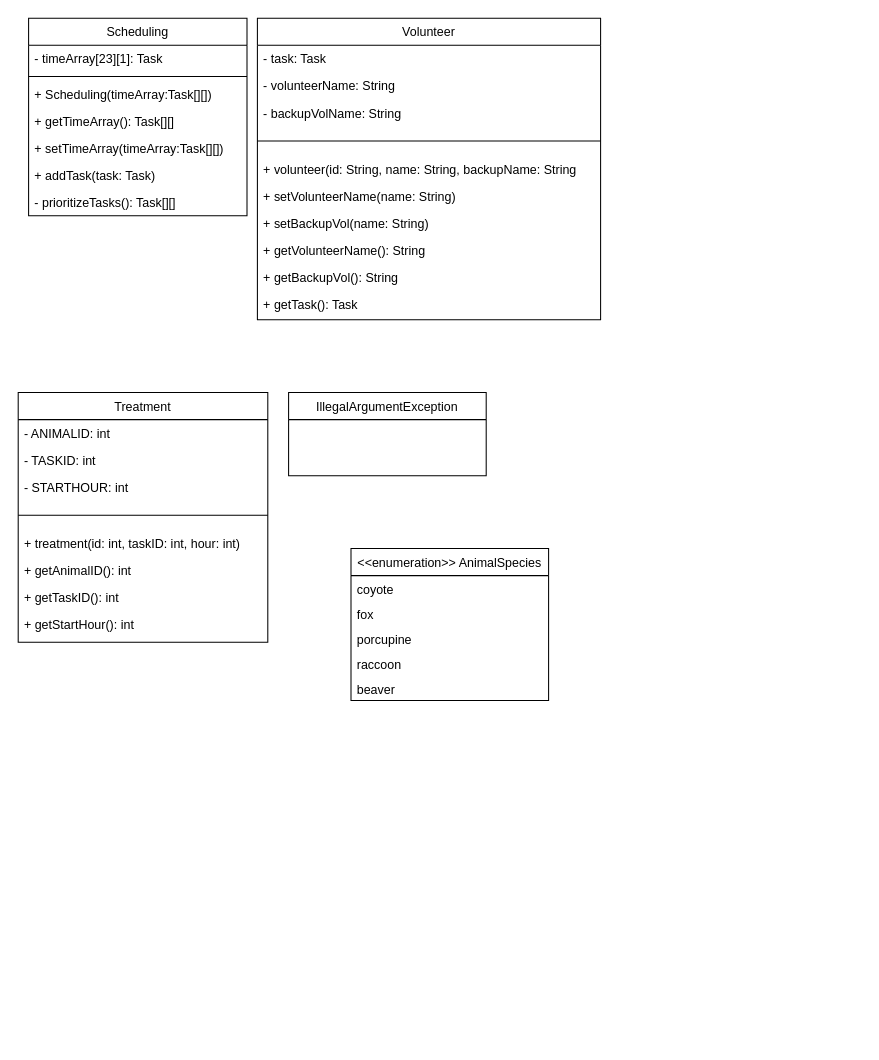
The draw.io diagram Project-UML.drawio in arminsandhu/ZooKeeper-Scheduler, before the edit. Source tidied: cells renumbered, new cells numbered last; positions are measured from the earlier drawing's top-left corner, leaving out a move shared by most shapes. Both pictures are drawn from the tidied source at 104%, with x=0, y=0 at pixel (18, 18).
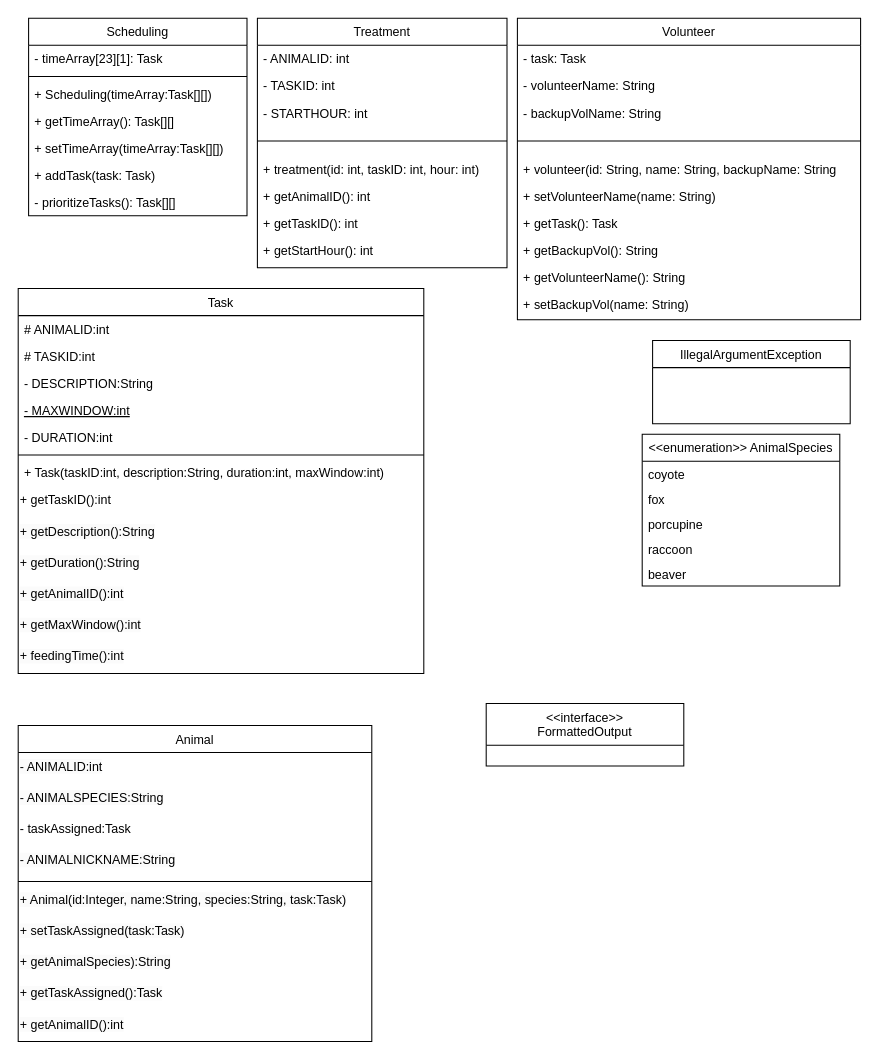
Above is the later version.

Change to the diagram source:
```diff
@@
     <mxCell id="10" value="Volunteer" style="swimlane;fontStyle=0;align=center;verticalAlign=top;horizontal=1;startSize=26;rounded=0;shadow=0;strokeWidth=1;" parent="1" vertex="1">
-      <mxGeometry x="230" width="330" height="290" as="geometry" />
+      <mxGeometry x="480" width="330" height="290" as="geometry" />
     </mxCell>
@@
+    <mxCell id="20" value="+ getTask(): Task" style="text;align=left;verticalAlign=top;spacingLeft=4;spacingRight=4;overflow=hidden;" parent="10" vertex="1">
+      <mxGeometry y="184" width="330" height="26" as="geometry" />
+    </mxCell>
+    <mxCell id="19" value="+ getBackupVol(): String" style="text;align=left;verticalAlign=top;spacingLeft=4;spacingRight=4;overflow=hidden;" parent="10" vertex="1">
+      <mxGeometry y="210" width="330" height="26" as="geometry" />
+    </mxCell>
+    <mxCell id="18" value="+ getVolunteerName(): String" style="text;align=left;verticalAlign=top;spacingLeft=4;spacingRight=4;overflow=hidden;" parent="10" vertex="1">
+      <mxGeometry y="236" width="330" height="26" as="geometry" />
+    </mxCell>
     <mxCell id="17" value="+ setBackupVol(name: String)" style="text;align=left;verticalAlign=top;spacingLeft=4;spacingRight=4;overflow=hidden;" parent="10" vertex="1">
-      <mxGeometry y="184" width="330" height="26" as="geometry" />
+      <mxGeometry y="262" width="330" height="26" as="geometry" />
     </mxCell>
-    <mxCell id="18" value="+ getVolunteerName(): String" style="text;align=left;verticalAlign=top;spacingLeft=4;spacingRight=4;overflow=hidden;" parent="10" vertex="1">
-      <mxGeometry y="210" width="330" height="26" as="geometry" />
-    </mxCell>
-    <mxCell id="19" value="+ getBackupVol(): String" style="text;align=left;verticalAlign=top;spacingLeft=4;spacingRight=4;overflow=hidden;" parent="10" vertex="1">
-      <mxGeometry y="236" width="330" height="26" as="geometry" />
-    </mxCell>
-    <mxCell id="20" value="+ getTask(): Task" style="text;align=left;verticalAlign=top;spacingLeft=4;spacingRight=4;overflow=hidden;" parent="10" vertex="1">
-      <mxGeometry y="262" width="330" height="26" as="geometry" />
-    </mxCell>
     <mxCell id="21" value="Treatment" style="swimlane;fontStyle=0;align=center;verticalAlign=top;horizontal=1;startSize=26;rounded=0;shadow=0;strokeWidth=1;" parent="1" vertex="1">
-      <mxGeometry y="360" width="240" height="240" as="geometry" />
+      <mxGeometry x="230" width="240" height="240" as="geometry" />
     </mxCell>
@@
     <mxCell id="30" value="IllegalArgumentException" style="swimlane;fontStyle=0;align=center;verticalAlign=top;horizontal=1;startSize=26;rounded=0;shadow=0;strokeWidth=1;" parent="1" vertex="1">
-      <mxGeometry x="260" y="360" width="190" height="80" as="geometry" />
+      <mxGeometry x="610" y="310" width="190" height="80" as="geometry" />
     </mxCell>
     <mxCell id="31" value="&lt;&lt;enumeration&gt;&gt; AnimalSpecies" style="swimlane;fontStyle=0;align=center;verticalAlign=top;horizontal=1;startSize=26;rounded=0;shadow=0;strokeWidth=1;" parent="1" vertex="1">
-      <mxGeometry x="320" y="510" width="190" height="146" as="geometry" />
+      <mxGeometry x="600" y="400" width="190" height="146" as="geometry" />
     </mxCell>
@@
+    <mxCell id="37" value="Task" style="swimlane;fontStyle=0;align=center;verticalAlign=top;horizontal=1;startSize=26;rounded=0;shadow=0;strokeWidth=1;" parent="1" vertex="1">
+      <mxGeometry y="260" width="390" height="370" as="geometry" />
+    </mxCell>
+    <mxCell id="38" value="# ANIMALID:int&#10;" style="text;align=left;verticalAlign=top;spacingLeft=4;spacingRight=4;overflow=hidden;" parent="37" vertex="1">
+      <mxGeometry y="26" width="390" height="26" as="geometry" />
+    </mxCell>
+    <mxCell id="39" value="# TASKID:int&#10;" style="text;align=left;verticalAlign=top;spacingLeft=4;spacingRight=4;overflow=hidden;" parent="37" vertex="1">
+      <mxGeometry y="52" width="390" height="26" as="geometry" />
+    </mxCell>
+    <mxCell id="40" value="- DESCRIPTION:String&#10;" style="text;align=left;verticalAlign=top;spacingLeft=4;spacingRight=4;overflow=hidden;" parent="37" vertex="1">
+      <mxGeometry y="78" width="390" height="26" as="geometry" />
+    </mxCell>
+    <mxCell id="41" value="- MAXWINDOW:int&#10;" style="text;align=left;verticalAlign=top;spacingLeft=4;spacingRight=4;overflow=hidden;fontStyle=4;" parent="37" vertex="1">
+      <mxGeometry y="104" width="390" height="26" as="geometry" />
+    </mxCell>
+    <mxCell id="42" value="- DURATION:int&#10;" style="text;align=left;verticalAlign=top;spacingLeft=4;spacingRight=4;overflow=hidden;" parent="37" vertex="1">
+      <mxGeometry y="130" width="390" height="26" as="geometry" />
+    </mxCell>
+    <mxCell id="43" style="line;html=1;strokeWidth=1;align=left;verticalAlign=middle;spacingTop=-1;spacingLeft=3;spacingRight=3;labelPosition=right;" parent="37" vertex="1">
+      <mxGeometry y="156" width="390" height="8" as="geometry" />
+    </mxCell>
+    <mxCell id="44" value="+ Task(taskID:int, description:String, duration:int, maxWindow:int)" style="text;align=left;verticalAlign=top;spacingLeft=4;spacingRight=4;overflow=hidden;" parent="37" vertex="1">
+      <mxGeometry y="164" width="390" height="26" as="geometry" />
+    </mxCell>
+    <mxCell id="45" value="+ getTaskID():int" style="text;whiteSpace=wrap;html=1;" parent="37" vertex="1">
+      <mxGeometry y="190" width="390" height="30" as="geometry" />
+    </mxCell>
+    <mxCell id="46" value="&lt;span style=&quot;color: rgb(0, 0, 0); font-family: Helvetica; font-size: 12px; font-style: normal; font-variant-ligatures: normal; font-variant-caps: normal; font-weight: 400; letter-spacing: normal; orphans: 2; text-align: left; text-indent: 0px; text-transform: none; widows: 2; word-spacing: 0px; -webkit-text-stroke-width: 0px; background-color: rgb(251, 251, 251); text-decoration-thickness: initial; text-decoration-style: initial; text-decoration-color: initial; float: none; display: inline !important;&quot;&gt;+ getDescription():String&lt;/span&gt;&lt;br style=&quot;border-color: var(--border-color); color: rgb(0, 0, 0); font-family: Helvetica; font-size: 12px; font-style: normal; font-variant-ligatures: normal; font-variant-caps: normal; font-weight: 400; letter-spacing: normal; orphans: 2; text-align: left; text-indent: 0px; text-transform: none; widows: 2; word-spacing: 0px; -webkit-text-stroke-width: 0px; background-color: rgb(251, 251, 251); text-decoration-thickness: initial; text-decoration-style: initial; text-decoration-color: initial;&quot;&gt;" style="text;whiteSpace=wrap;html=1;" parent="37" vertex="1">
+      <mxGeometry y="220" width="390" height="30" as="geometry" />
+    </mxCell>
+    <mxCell id="47" value="&lt;span style=&quot;color: rgb(0, 0, 0); font-family: Helvetica; font-size: 12px; font-style: normal; font-variant-ligatures: normal; font-variant-caps: normal; font-weight: 400; letter-spacing: normal; orphans: 2; text-align: left; text-indent: 0px; text-transform: none; widows: 2; word-spacing: 0px; -webkit-text-stroke-width: 0px; background-color: rgb(251, 251, 251); text-decoration-thickness: initial; text-decoration-style: initial; text-decoration-color: initial; float: none; display: inline !important;&quot;&gt;+ getDuration():String&lt;/span&gt;&lt;br style=&quot;border-color: var(--border-color); color: rgb(0, 0, 0); font-family: Helvetica; font-size: 12px; font-style: normal; font-variant-ligatures: normal; font-variant-caps: normal; font-weight: 400; letter-spacing: normal; orphans: 2; text-align: left; text-indent: 0px; text-transform: none; widows: 2; word-spacing: 0px; -webkit-text-stroke-width: 0px; background-color: rgb(251, 251, 251); text-decoration-thickness: initial; text-decoration-style: initial; text-decoration-color: initial;&quot;&gt;" style="text;whiteSpace=wrap;html=1;" parent="37" vertex="1">
+      <mxGeometry y="250" width="390" height="30" as="geometry" />
+    </mxCell>
+    <mxCell id="48" value="&lt;span style=&quot;color: rgb(0, 0, 0); font-family: Helvetica; font-size: 12px; font-style: normal; font-variant-ligatures: normal; font-variant-caps: normal; font-weight: 400; letter-spacing: normal; orphans: 2; text-align: left; text-indent: 0px; text-transform: none; widows: 2; word-spacing: 0px; -webkit-text-stroke-width: 0px; background-color: rgb(251, 251, 251); text-decoration-thickness: initial; text-decoration-style: initial; text-decoration-color: initial; float: none; display: inline !important;&quot;&gt;+ getAnimalID():int&lt;/span&gt;&lt;br style=&quot;border-color: var(--border-color); color: rgb(0, 0, 0); font-family: Helvetica; font-size: 12px; font-style: normal; font-variant-ligatures: normal; font-variant-caps: normal; font-weight: 400; letter-spacing: normal; orphans: 2; text-align: left; text-indent: 0px; text-transform: none; widows: 2; word-spacing: 0px; -webkit-text-stroke-width: 0px; background-color: rgb(251, 251, 251); text-decoration-thickness: initial; text-decoration-style: initial; text-decoration-color: initial;&quot;&gt;" style="text;whiteSpace=wrap;html=1;" parent="37" vertex="1">
+      <mxGeometry y="280" width="390" height="30" as="geometry" />
+    </mxCell>
+    <mxCell id="49" value="&lt;span style=&quot;color: rgb(0, 0, 0); font-family: Helvetica; font-size: 12px; font-style: normal; font-variant-ligatures: normal; font-variant-caps: normal; font-weight: 400; letter-spacing: normal; orphans: 2; text-align: left; text-indent: 0px; text-transform: none; widows: 2; word-spacing: 0px; -webkit-text-stroke-width: 0px; background-color: rgb(251, 251, 251); text-decoration-thickness: initial; text-decoration-style: initial; text-decoration-color: initial; float: none; display: inline !important;&quot;&gt;+ getMaxWindow():int&lt;/span&gt;&lt;br style=&quot;border-color: var(--border-color); color: rgb(0, 0, 0); font-family: Helvetica; font-size: 12px; font-style: normal; font-variant-ligatures: normal; font-variant-caps: normal; font-weight: 400; letter-spacing: normal; orphans: 2; text-align: left; text-indent: 0px; text-transform: none; widows: 2; word-spacing: 0px; -webkit-text-stroke-width: 0px; background-color: rgb(251, 251, 251); text-decoration-thickness: initial; text-decoration-style: initial; text-decoration-color: initial;&quot;&gt;" style="text;whiteSpace=wrap;html=1;" parent="37" vertex="1">
+      <mxGeometry y="310" width="390" height="30" as="geometry" />
+    </mxCell>
+    <mxCell id="50" value="&lt;span style=&quot;color: rgb(0, 0, 0); font-family: Helvetica; font-size: 12px; font-style: normal; font-variant-ligatures: normal; font-variant-caps: normal; font-weight: 400; letter-spacing: normal; orphans: 2; text-align: left; text-indent: 0px; text-transform: none; widows: 2; word-spacing: 0px; -webkit-text-stroke-width: 0px; background-color: rgb(251, 251, 251); text-decoration-thickness: initial; text-decoration-style: initial; text-decoration-color: initial; float: none; display: inline !important;&quot;&gt;+ feedingTime():int&lt;/span&gt;" style="text;whiteSpace=wrap;html=1;" parent="37" vertex="1">
+      <mxGeometry y="340" width="390" height="30" as="geometry" />
+    </mxCell>
+    <mxCell id="51" value="Animal" style="swimlane;fontStyle=0;align=center;verticalAlign=top;horizontal=1;startSize=26;rounded=0;shadow=0;strokeWidth=1;" parent="1" vertex="1">
+      <mxGeometry y="680" width="340" height="304" as="geometry" />
+    </mxCell>
+    <mxCell id="52" value="&lt;span style=&quot;color: rgb(0, 0, 0); font-family: Helvetica; font-size: 12px; font-style: normal; font-variant-ligatures: normal; font-variant-caps: normal; font-weight: 400; letter-spacing: normal; orphans: 2; text-align: left; text-indent: 0px; text-transform: none; widows: 2; word-spacing: 0px; -webkit-text-stroke-width: 0px; background-color: rgb(251, 251, 251); text-decoration-thickness: initial; text-decoration-style: initial; text-decoration-color: initial; float: none; display: inline !important;&quot;&gt;- ANIMALID:int&lt;/span&gt;&lt;br style=&quot;border-color: var(--border-color); padding: 0px; margin: 0px; color: rgb(0, 0, 0); font-family: Helvetica; font-size: 12px; font-style: normal; font-variant-ligatures: normal; font-variant-caps: normal; font-weight: 400; letter-spacing: normal; orphans: 2; text-align: left; text-indent: 0px; text-transform: none; widows: 2; word-spacing: 0px; -webkit-text-stroke-width: 0px; background-color: rgb(251, 251, 251); text-decoration-thickness: initial; text-decoration-style: initial; text-decoration-color: initial;&quot;&gt;" style="text;whiteSpace=wrap;html=1;" parent="51" vertex="1">
+      <mxGeometry y="26" width="340" height="30" as="geometry" />
+    </mxCell>
+    <mxCell id="53" value="&lt;span style=&quot;color: rgb(0, 0, 0); font-family: Helvetica; font-size: 12px; font-style: normal; font-variant-ligatures: normal; font-variant-caps: normal; font-weight: 400; letter-spacing: normal; orphans: 2; text-align: left; text-indent: 0px; text-transform: none; widows: 2; word-spacing: 0px; -webkit-text-stroke-width: 0px; background-color: rgb(251, 251, 251); text-decoration-thickness: initial; text-decoration-style: initial; text-decoration-color: initial; float: none; display: inline !important;&quot;&gt;- ANIMALSPECIES:String&lt;/span&gt;&lt;br style=&quot;border-color: var(--border-color); padding: 0px; margin: 0px; color: rgb(0, 0, 0); font-family: Helvetica; font-size: 12px; font-style: normal; font-variant-ligatures: normal; font-variant-caps: normal; font-weight: 400; letter-spacing: normal; orphans: 2; text-align: left; text-indent: 0px; text-transform: none; widows: 2; word-spacing: 0px; -webkit-text-stroke-width: 0px; background-color: rgb(251, 251, 251); text-decoration-thickness: initial; text-decoration-style: initial; text-decoration-color: initial;&quot;&gt;" style="text;whiteSpace=wrap;html=1;" parent="51" vertex="1">
+      <mxGeometry y="56" width="340" height="30" as="geometry" />
+    </mxCell>
+    <mxCell id="54" value="- taskAssigned:Task&lt;div style=&quot;border-color: var(--border-color); padding: 0px; margin: 0px;&quot;&gt;&lt;br style=&quot;border-color: var(--border-color); padding: 0px; margin: 0px; color: rgb(0, 0, 0); font-family: Helvetica; font-size: 12px; font-style: normal; font-variant-ligatures: normal; font-variant-caps: normal; font-weight: 400; letter-spacing: normal; orphans: 2; text-align: left; text-indent: 0px; text-transform: none; widows: 2; word-spacing: 0px; -webkit-text-stroke-width: 0px; background-color: rgb(251, 251, 251); text-decoration-thickness: initial; text-decoration-style: initial; text-decoration-color: initial;&quot;&gt;&lt;/div&gt;" style="text;whiteSpace=wrap;html=1;" parent="51" vertex="1">
+      <mxGeometry y="86" width="340" height="30" as="geometry" />
+    </mxCell>
+    <mxCell id="55" value="&lt;span style=&quot;color: rgb(0, 0, 0); font-family: Helvetica; font-size: 12px; font-style: normal; font-variant-ligatures: normal; font-variant-caps: normal; font-weight: 400; letter-spacing: normal; orphans: 2; text-align: left; text-indent: 0px; text-transform: none; widows: 2; word-spacing: 0px; -webkit-text-stroke-width: 0px; background-color: rgb(251, 251, 251); text-decoration-thickness: initial; text-decoration-style: initial; text-decoration-color: initial; float: none; display: inline !important;&quot;&gt;- ANIMALNICKNAME:String&lt;/span&gt;&lt;br style=&quot;border-color: var(--border-color); padding: 0px; margin: 0px; color: rgb(0, 0, 0); font-family: Helvetica; font-size: 12px; font-style: normal; font-variant-ligatures: normal; font-variant-caps: normal; font-weight: 400; letter-spacing: normal; orphans: 2; text-align: left; text-indent: 0px; text-transform: none; widows: 2; word-spacing: 0px; -webkit-text-stroke-width: 0px; background-color: rgb(251, 251, 251); text-decoration-thickness: initial; text-decoration-style: initial; text-decoration-color: initial;&quot;&gt;" style="text;whiteSpace=wrap;html=1;" parent="51" vertex="1">
+      <mxGeometry y="116" width="340" height="30" as="geometry" />
+    </mxCell>
+    <mxCell id="56" style="line;html=1;strokeWidth=1;align=left;verticalAlign=middle;spacingTop=-1;spacingLeft=3;spacingRight=3;labelPosition=right;" parent="51" vertex="1">
+      <mxGeometry y="146" width="340" height="8" as="geometry" />
+    </mxCell>
+    <mxCell id="57" value="&lt;span style=&quot;color: rgb(0, 0, 0); font-family: Helvetica; font-size: 12px; font-style: normal; font-variant-ligatures: normal; font-variant-caps: normal; font-weight: 400; letter-spacing: normal; orphans: 2; text-align: left; text-indent: 0px; text-transform: none; widows: 2; word-spacing: 0px; -webkit-text-stroke-width: 0px; background-color: rgb(251, 251, 251); text-decoration-thickness: initial; text-decoration-style: initial; text-decoration-color: initial; float: none; display: inline !important;&quot;&gt;+ Animal(id:Integer, name:String, species:String, task:Task)&lt;/span&gt;&lt;br style=&quot;border-color: var(--border-color); color: rgb(0, 0, 0); font-family: Helvetica; font-size: 12px; font-style: normal; font-variant-ligatures: normal; font-variant-caps: normal; font-weight: 400; letter-spacing: normal; orphans: 2; text-align: left; text-indent: 0px; text-transform: none; widows: 2; word-spacing: 0px; -webkit-text-stroke-width: 0px; background-color: rgb(251, 251, 251); text-decoration-thickness: initial; text-decoration-style: initial; text-decoration-color: initial;&quot;&gt;" style="text;whiteSpace=wrap;html=1;" parent="51" vertex="1">
+      <mxGeometry y="154" width="340" height="30" as="geometry" />
+    </mxCell>
+    <mxCell id="58" value="&lt;span style=&quot;color: rgb(0, 0, 0); font-family: Helvetica; font-size: 12px; font-style: normal; font-variant-ligatures: normal; font-variant-caps: normal; font-weight: 400; letter-spacing: normal; orphans: 2; text-align: left; text-indent: 0px; text-transform: none; widows: 2; word-spacing: 0px; -webkit-text-stroke-width: 0px; background-color: rgb(251, 251, 251); text-decoration-thickness: initial; text-decoration-style: initial; text-decoration-color: initial; float: none; display: inline !important;&quot;&gt;+ setTaskAssigned(task:Task)&lt;/span&gt;&lt;br style=&quot;border-color: var(--border-color); color: rgb(0, 0, 0); font-family: Helvetica; font-size: 12px; font-style: normal; font-variant-ligatures: normal; font-variant-caps: normal; font-weight: 400; letter-spacing: normal; orphans: 2; text-align: left; text-indent: 0px; text-transform: none; widows: 2; word-spacing: 0px; -webkit-text-stroke-width: 0px; background-color: rgb(251, 251, 251); text-decoration-thickness: initial; text-decoration-style: initial; text-decoration-color: initial;&quot;&gt;" style="text;whiteSpace=wrap;html=1;" parent="51" vertex="1">
+      <mxGeometry y="184" width="340" height="30" as="geometry" />
+    </mxCell>
+    <mxCell id="59" value="&lt;span style=&quot;color: rgb(0, 0, 0); font-family: Helvetica; font-size: 12px; font-style: normal; font-variant-ligatures: normal; font-variant-caps: normal; font-weight: 400; letter-spacing: normal; orphans: 2; text-align: left; text-indent: 0px; text-transform: none; widows: 2; word-spacing: 0px; -webkit-text-stroke-width: 0px; background-color: rgb(251, 251, 251); text-decoration-thickness: initial; text-decoration-style: initial; text-decoration-color: initial; float: none; display: inline !important;&quot;&gt;+ getAnimalSpecies):String&lt;/span&gt;&lt;br style=&quot;border-color: var(--border-color); color: rgb(0, 0, 0); font-family: Helvetica; font-size: 12px; font-style: normal; font-variant-ligatures: normal; font-variant-caps: normal; font-weight: 400; letter-spacing: normal; orphans: 2; text-align: left; text-indent: 0px; text-transform: none; widows: 2; word-spacing: 0px; -webkit-text-stroke-width: 0px; background-color: rgb(251, 251, 251); text-decoration-thickness: initial; text-decoration-style: initial; text-decoration-color: initial;&quot;&gt;" style="text;whiteSpace=wrap;html=1;" parent="51" vertex="1">
+      <mxGeometry y="214" width="340" height="30" as="geometry" />
+    </mxCell>
+    <mxCell id="60" value="&lt;span style=&quot;color: rgb(0, 0, 0); font-family: Helvetica; font-size: 12px; font-style: normal; font-variant-ligatures: normal; font-variant-caps: normal; font-weight: 400; letter-spacing: normal; orphans: 2; text-align: left; text-indent: 0px; text-transform: none; widows: 2; word-spacing: 0px; -webkit-text-stroke-width: 0px; background-color: rgb(251, 251, 251); text-decoration-thickness: initial; text-decoration-style: initial; text-decoration-color: initial; float: none; display: inline !important;&quot;&gt;+ getTaskAssigned():Task&lt;/span&gt;" style="text;whiteSpace=wrap;html=1;" parent="51" vertex="1">
+      <mxGeometry y="244" width="340" height="30" as="geometry" />
+    </mxCell>
+    <mxCell id="61" value="&lt;span style=&quot;color: rgb(0, 0, 0); font-family: Helvetica; font-size: 12px; font-style: normal; font-variant-ligatures: normal; font-variant-caps: normal; font-weight: 400; letter-spacing: normal; orphans: 2; text-align: left; text-indent: 0px; text-transform: none; widows: 2; word-spacing: 0px; -webkit-text-stroke-width: 0px; background-color: rgb(251, 251, 251); text-decoration-thickness: initial; text-decoration-style: initial; text-decoration-color: initial; float: none; display: inline !important;&quot;&gt;+ getAnimalID():int&lt;/span&gt;&lt;br style=&quot;border-color: var(--border-color); color: rgb(0, 0, 0); font-family: Helvetica; font-size: 12px; font-style: normal; font-variant-ligatures: normal; font-variant-caps: normal; font-weight: 400; letter-spacing: normal; orphans: 2; text-align: left; text-indent: 0px; text-transform: none; widows: 2; word-spacing: 0px; -webkit-text-stroke-width: 0px; background-color: rgb(251, 251, 251); text-decoration-thickness: initial; text-decoration-style: initial; text-decoration-color: initial;&quot;&gt;" style="text;whiteSpace=wrap;html=1;" parent="51" vertex="1">
+      <mxGeometry y="274" width="340" height="30" as="geometry" />
+    </mxCell>
+    <mxCell id="62" value="&lt;&lt;interface&gt;&gt;&#10;FormattedOutput&#10;" style="swimlane;fontStyle=0;align=center;verticalAlign=top;horizontal=1;startSize=40;rounded=0;shadow=0;strokeWidth=1;" parent="1" vertex="1">
+      <mxGeometry x="450" y="659" width="190" height="60" as="geometry" />
+    </mxCell>
```
